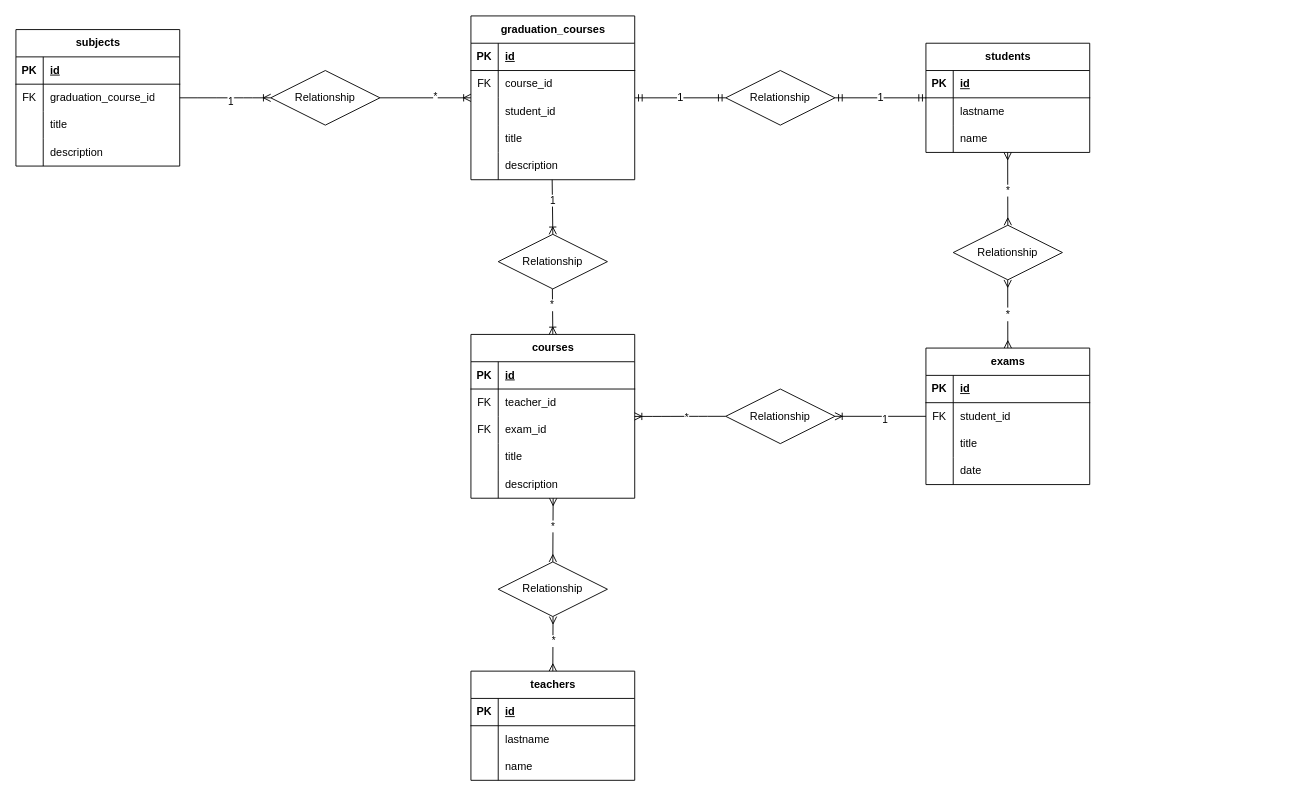
gabrielemarchesano/db-university keeps this draw.io diagram as diagram.dio. Above is the earlier version. Source tidied: cells renumbered, new cells numbered last; positions are measured from the earlier drawing's top-left corner, leaving out a move shared by most shapes. Both pictures are drawn from the tidied source at 91%, with x=0, y=0 at pixel (15, 15).
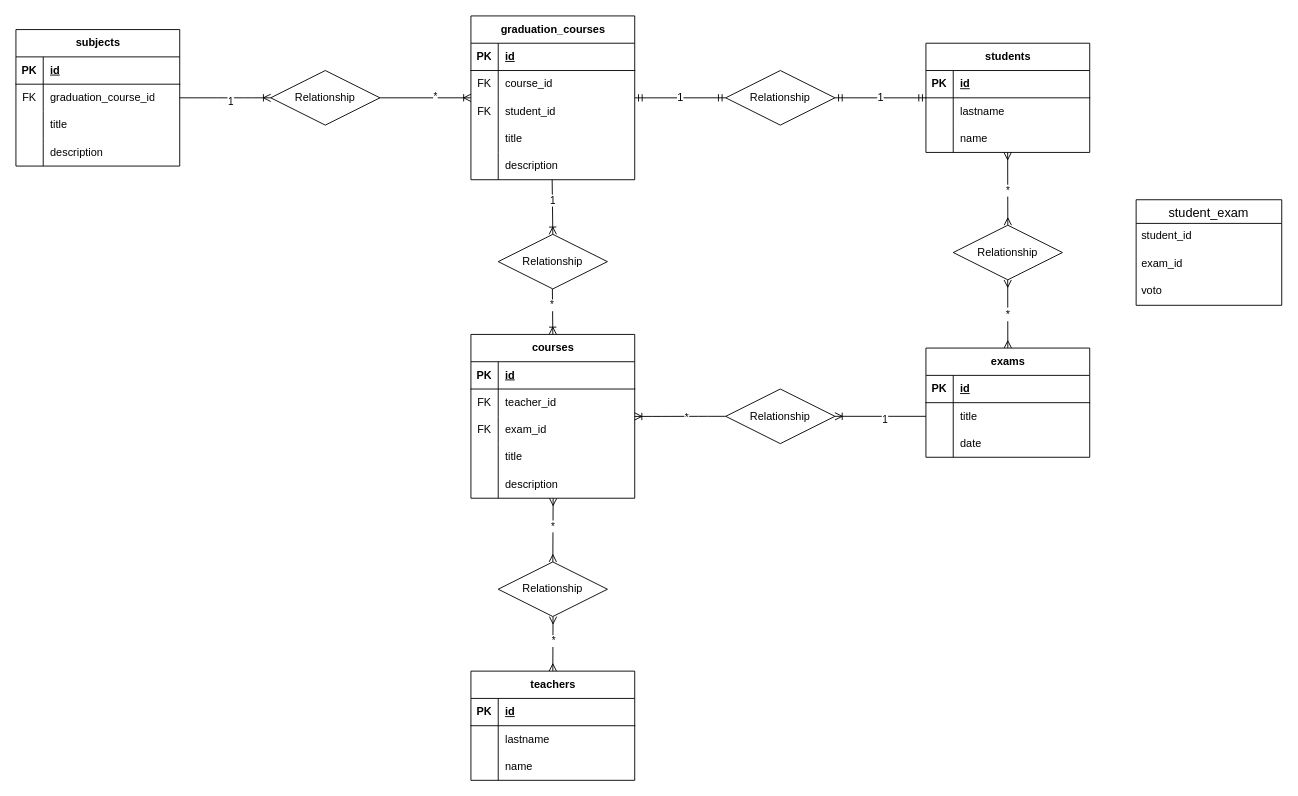
After the change.

Commit message:
correct the many to many relationship by adding a support table

Unchanged cells that the change refers to:
```xml
<mxCell id="58" style="shape=tableRow;horizontal=0;startSize=0;swimlaneHead=0;swimlaneBody=0;fillColor=none;points=[[0,0.5],[1,0.5]];portConstraint=eastwest;top=0;left=0;right=0;bottom=0;" parent="51" vertex="1">
  <mxGeometry y="90" width="180" height="30" as="geometry" />
</mxCell>
<mxCell id="99" value="Relationship" style="shape=rhombus;perimeter=rhombusPerimeter;whiteSpace=wrap;html=1;align=center;" parent="1" vertex="1">
  <mxGeometry x="780" y="410" width="120" height="60" as="geometry" />
</mxCell>
```

What changed in the source:
```diff
@@
     <mxCell id="22" value="exams" style="shape=table;startSize=30;childLayout=tableLayout;rowLines=0;fontStyle=1;align=center;html=1;" parent="1" vertex="1">
-      <mxGeometry x="1000" y="365" width="180" height="150" as="geometry" />
+      <mxGeometry x="1000" y="365" width="180" height="120" as="geometry" />
     </mxCell>
@@
-    <mxCell id="26" style="shape=tableRow;horizontal=0;startSize=0;swimlaneHead=0;swimlaneBody=0;fillColor=none;points=[[0,0.5],[1,0.5]];portConstraint=eastwest;top=0;left=0;right=0;bottom=0;" parent="22" vertex="1">
-      <mxGeometry y="60" width="180" height="30" as="geometry" />
-    </mxCell>
-    <mxCell id="27" value="FK" style="shape=partialRectangle;fillColor=none;top=0;left=0;bottom=0;right=0;overflow=hidden;whiteSpace=wrap;html=1;" parent="26" vertex="1">
-      <mxGeometry width="30" height="30" as="geometry" />
-    </mxCell>
-    <mxCell id="28" value="student_id" style="shape=partialRectangle;fillColor=none;top=0;left=0;bottom=0;right=0;align=left;spacingLeft=6;overflow=hidden;whiteSpace=wrap;html=1;" parent="26" vertex="1">
-      <mxGeometry x="30" width="150" height="30" as="geometry" />
-    </mxCell>
     <mxCell id="29" style="shape=tableRow;horizontal=0;startSize=0;swimlaneHead=0;swimlaneBody=0;fillColor=none;top=0;left=0;right=0;bottom=0;" parent="22" vertex="1">
-      <mxGeometry y="90" width="180" height="30" as="geometry" />
+      <mxGeometry y="60" width="180" height="30" as="geometry" />
     </mxCell>
@@
     <mxCell id="32" style="shape=tableRow;horizontal=0;startSize=0;swimlaneHead=0;swimlaneBody=0;fillColor=none;top=0;left=0;right=0;bottom=0;" parent="22" vertex="1">
-      <mxGeometry y="120" width="180" height="30" as="geometry" />
+      <mxGeometry y="90" width="180" height="30" as="geometry" />
     </mxCell>
@@
-    <mxCell id="59" style="shape=partialRectangle;fillColor=none;top=0;left=0;bottom=0;right=0;overflow=hidden;whiteSpace=wrap;html=1;" parent="58" vertex="1">
+    <mxCell id="59" value="FK" style="shape=partialRectangle;fillColor=none;top=0;left=0;bottom=0;right=0;overflow=hidden;whiteSpace=wrap;html=1;" parent="58" vertex="1">
       <mxGeometry width="30" height="30" as="geometry" />
     </mxCell>
@@
-    <mxCell id="97" style="fontSize=12;html=1;endArrow=ERoneToMany;exitX=0;exitY=0.5;exitDx=0;exitDy=0;entryX=1;entryY=0.5;entryDx=0;entryDy=0;" parent="1" edge="1" source="26" target="99">
-      <mxGeometry relative="1" as="geometry" />
+    <mxCell id="97" style="fontSize=12;html=1;endArrow=ERoneToMany;exitX=0;exitY=0.5;exitDx=0;exitDy=0;entryX=1;entryY=0.5;entryDx=0;entryDy=0;" parent="1" edge="1" target="99">
+      <mxGeometry relative="1" as="geometry">
+        <mxPoint x="1000" y="440" as="sourcePoint" />
+      </mxGeometry>
     </mxCell>
@@
+    <mxCell id="107" value="student_exam" style="swimlane;fontStyle=0;horizontal=1;startSize=26;align=center;fontSize=14;" parent="1" vertex="1">
+      <mxGeometry x="1231" y="202" width="160" height="116" as="geometry" />
+    </mxCell>
+    <mxCell id="28" value="student_id" style="text;strokeColor=none;fillColor=none;spacingLeft=4;spacingRight=4;overflow=hidden;fontSize=12;whiteSpace=wrap;html=1;" parent="107" vertex="1">
+      <mxGeometry y="26" width="160" height="30" as="geometry" />
+    </mxCell>
+    <mxCell id="108" value="exam_id" style="text;strokeColor=none;fillColor=none;spacingLeft=4;spacingRight=4;overflow=hidden;fontSize=12;whiteSpace=wrap;html=1;" parent="107" vertex="1">
+      <mxGeometry y="56" width="160" height="30" as="geometry" />
+    </mxCell>
+    <mxCell id="109" value="voto" style="text;strokeColor=none;fillColor=none;spacingLeft=4;spacingRight=4;overflow=hidden;fontSize=12;whiteSpace=wrap;html=1;" parent="107" vertex="1">
+      <mxGeometry y="86" width="160" height="30" as="geometry" />
+    </mxCell>
```
